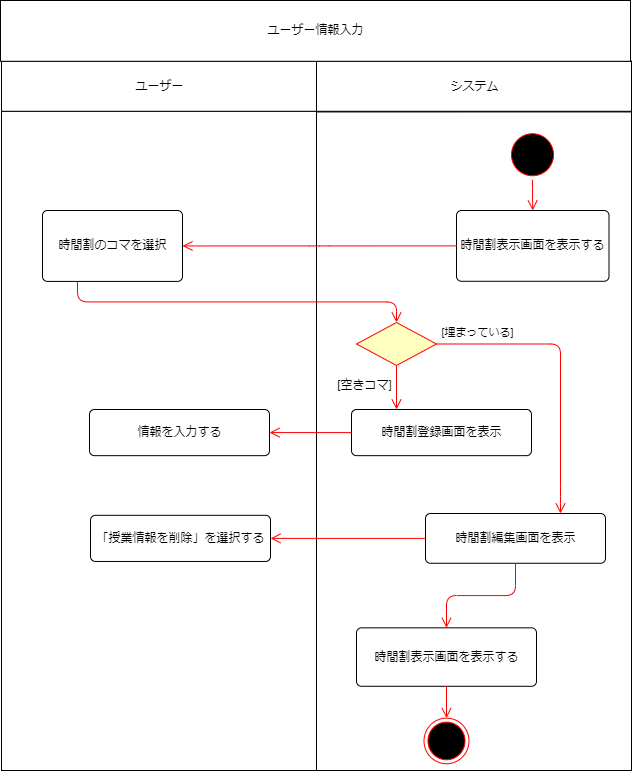
This is 振る舞い図/アクティビティ図/アクティビティ図＿時間割.drawio.png from masaki1234567/psp4, a draw.io export, as it was before one commit. Source tidied: cells renumbered, new cells last; positions are measured from the earlier drawing's top-left corner, leaving out a move shared by most shapes.
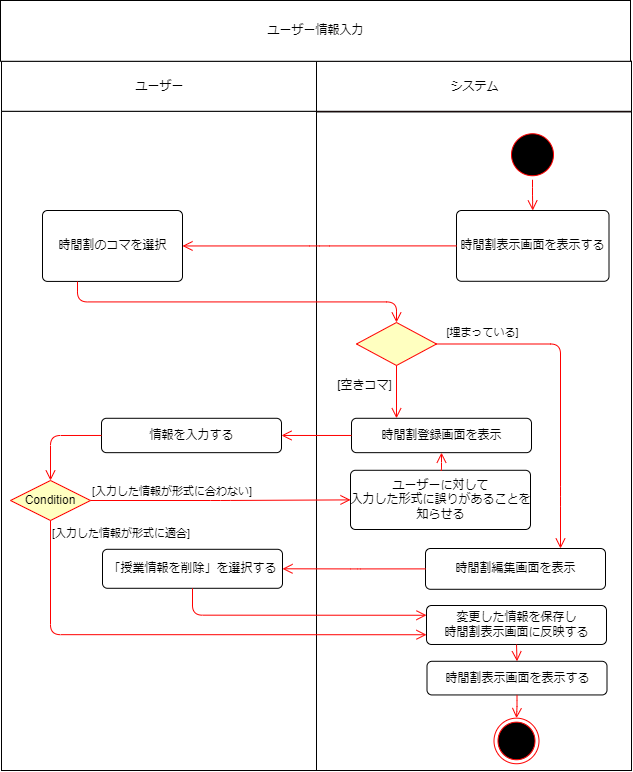
After the commit.

Commit message:
時間割アクティビティ図完成

What changed in the source:
```diff
@@ -9,7 +9,7 @@
       <mxGeometry x="1" y="60.8" width="630" height="709.2" as="geometry" />
     </mxCell>
     <mxCell id="4" style="group;" parent="3" vertex="1">
-      <mxGeometry width="315" height="709.2" as="geometry" />
+      <mxGeometry width="439" height="709.2" as="geometry" />
     </mxCell>
     <mxCell id="5" style="html=1;dashed=0;whitespace=wrap;" parent="4" vertex="1">
       <mxGeometry y="50" width="315" height="659.2" as="geometry" />
@@ -21,11 +21,17 @@
       <mxGeometry x="41" y="149.2" width="140" height="70.9" as="geometry" />
     </mxCell>
     <mxCell id="8" value="情報を入力する" style="html=1;align=center;verticalAlign=middle;rounded=1;absoluteArcSize=1;arcSize=10;dashed=0;" parent="4" vertex="1">
-      <mxGeometry x="88" y="348.2" width="180" height="46.2" as="geometry" />
+      <mxGeometry x="100" y="357" width="180" height="34.4" as="geometry" />
     </mxCell>
     <mxCell id="9" value="「授業情報を削除」を選択する" style="html=1;align=center;verticalAlign=middle;rounded=1;absoluteArcSize=1;arcSize=10;dashed=0;" parent="4" vertex="1">
-      <mxGeometry x="89" y="454" width="180" height="46.2" as="geometry" />
+      <mxGeometry x="101" y="488" width="180" height="39" as="geometry" />
     </mxCell>
+    <mxCell id="32" value="Condition" style="rhombus;whiteSpace=wrap;html=1;fillColor=#ffffc0;strokeColor=#ff0000;" parent="4" vertex="1">
+      <mxGeometry x="9" y="419.2" width="80" height="40" as="geometry" />
+    </mxCell>
+    <mxCell id="33" style="edgeStyle=orthogonalEdgeStyle;html=1;verticalAlign=bottom;endArrow=open;endSize=8;strokeColor=#ff0000;exitX=0;exitY=0.5;exitDx=0;exitDy=0;entryX=0.5;entryY=0;entryDx=0;entryDy=0;" parent="4" edge="1" source="8" target="32">
+      <mxGeometry relative="1" as="geometry" />
+    </mxCell>
     <mxCell id="10" style="group;fillColor=#FF3333;fontColor=#ffffff;strokeColor=#6F0000;" parent="3" vertex="1">
       <mxGeometry x="315" width="315" height="709.2" as="geometry" />
     </mxCell>
@@ -36,16 +42,13 @@
       <mxGeometry width="315" height="50" as="geometry" />
     </mxCell>
     <mxCell id="13" value="時間割編集画面を表示" style="html=1;align=center;verticalAlign=middle;rounded=1;absoluteArcSize=1;arcSize=10;dashed=0;" parent="10" vertex="1">
-      <mxGeometry x="109" y="452.2" width="180" height="49.8" as="geometry" />
+      <mxGeometry x="109" y="487.2" width="180" height="40.8" as="geometry" />
     </mxCell>
     <mxCell id="14" value="時間割表示画面を表示する" style="html=1;align=center;verticalAlign=middle;rounded=1;absoluteArcSize=1;arcSize=10;dashed=0;" parent="10" vertex="1">
-      <mxGeometry x="40" y="566.5" width="180" height="58.5" as="geometry" />
+      <mxGeometry x="110.5" y="600" width="180" height="33.7" as="geometry" />
     </mxCell>
-    <mxCell id="15" style="edgeStyle=orthogonalEdgeStyle;html=1;verticalAlign=bottom;endArrow=open;endSize=8;strokeColor=#ff0000;exitX=0.5;exitY=1;exitDx=0;exitDy=0;entryX=0.5;entryY=0;entryDx=0;entryDy=0;" parent="10" edge="1" source="13" target="14">
-      <mxGeometry relative="1" as="geometry" />
-    </mxCell>
     <mxCell id="16" style="ellipse;html=1;shape=endState;fillColor=#000000;strokeColor=#ff0000;" parent="10" vertex="1">
-      <mxGeometry x="107.5" y="656.9" width="45" height="45.6" as="geometry" />
+      <mxGeometry x="177.5" y="656.9" width="45" height="45.6" as="geometry" />
     </mxCell>
     <mxCell id="17" style="edgeStyle=orthogonalEdgeStyle;html=1;verticalAlign=bottom;endArrow=open;endSize=8;strokeColor=#ff0000;exitX=0.5;exitY=1;exitDx=0;exitDy=0;entryX=0.5;entryY=0;entryDx=0;entryDy=0;" parent="10" edge="1" source="14" target="16">
       <mxGeometry relative="1" as="geometry" />
@@ -80,6 +83,15 @@
         <mxPoint y="-12" as="offset" />
       </mxGeometry>
     </mxCell>
+    <mxCell id="34" value="ユーザーに対して&lt;br&gt;入力した形式に誤りがあることを&lt;br&gt;知らせる" style="html=1;align=center;verticalAlign=middle;rounded=1;absoluteArcSize=1;arcSize=10;dashed=0;" parent="10" vertex="1">
+      <mxGeometry x="34" y="409" width="180" height="59.2" as="geometry" />
+    </mxCell>
+    <mxCell id="35" value="変更した情報を保存し&lt;br&gt;時間割表示画面に反映する" style="html=1;align=center;verticalAlign=middle;rounded=1;absoluteArcSize=1;arcSize=10;dashed=0;" parent="10" vertex="1">
+      <mxGeometry x="110" y="544.2" width="180" height="39" as="geometry" />
+    </mxCell>
+    <mxCell id="36" style="edgeStyle=orthogonalEdgeStyle;html=1;verticalAlign=bottom;endArrow=open;endSize=8;strokeColor=#ff0000;exitX=0.5;exitY=1;exitDx=0;exitDy=0;entryX=0.5;entryY=0;entryDx=0;entryDy=0;" parent="10" edge="1" source="35" target="14">
+      <mxGeometry relative="1" as="geometry" />
+    </mxCell>
     <mxCell id="25" style="edgeStyle=orthogonalEdgeStyle;html=1;verticalAlign=bottom;endArrow=open;endSize=8;strokeColor=#ff0000;exitX=0;exitY=0.5;exitDx=0;exitDy=0;entryX=1;entryY=0.5;entryDx=0;entryDy=0;" parent="3" edge="1" source="19" target="7">
       <mxGeometry relative="1" as="geometry" />
     </mxCell>
@@ -90,7 +102,7 @@
       <mxGeometry x="-1" relative="1" as="geometry" />
     </mxCell>
     <mxCell id="28" value="時間割登録画面を表示" style="html=1;align=center;verticalAlign=middle;rounded=1;absoluteArcSize=1;arcSize=10;dashed=0;" parent="3" vertex="1">
-      <mxGeometry x="350" y="348.2" width="180" height="46.2" as="geometry" />
+      <mxGeometry x="350" y="357" width="180" height="34.4" as="geometry" />
     </mxCell>
     <mxCell id="29" value="[空きコマ]" style="text;html=1;align=center;verticalAlign=middle;strokeColor=none;fillColor=none;" parent="3" vertex="1">
       <mxGeometry x="323" y="309.2" width="80" height="30" as="geometry" />
@@ -98,6 +110,22 @@
     <mxCell id="30" style="edgeStyle=orthogonalEdgeStyle;html=1;verticalAlign=bottom;endArrow=open;endSize=8;strokeColor=#ff0000;exitX=0;exitY=0.5;exitDx=0;exitDy=0;entryX=1;entryY=0.5;entryDx=0;entryDy=0;" parent="3" edge="1" source="28" target="8">
       <mxGeometry relative="1" as="geometry" />
     </mxCell>
+    <mxCell id="37" value="[入力した情報が形式に合わない]" style="edgeStyle=orthogonalEdgeStyle;html=1;align=left;verticalAlign=bottom;endArrow=open;endSize=8;strokeColor=#ff0000;entryX=0;entryY=0.5;entryDx=0;entryDy=0;" parent="3" edge="1" source="32" target="34">
+      <mxGeometry x="-1" relative="1" as="geometry" />
+    </mxCell>
+    <mxCell id="38" style="edgeStyle=orthogonalEdgeStyle;html=1;align=left;verticalAlign=top;endArrow=open;endSize=8;strokeColor=#ff0000;entryX=0;entryY=0.25;entryDx=0;entryDy=0;exitX=0.5;exitY=1;exitDx=0;exitDy=0;" parent="3" edge="1" source="9" target="35">
+      <mxGeometry x="-1" relative="1" as="geometry" />
+    </mxCell>
+    <mxCell id="39" style="edgeStyle=orthogonalEdgeStyle;html=1;verticalAlign=bottom;endArrow=open;endSize=8;strokeColor=#ff0000;exitX=0.5;exitY=0;exitDx=0;exitDy=0;entryX=0.5;entryY=1;entryDx=0;entryDy=0;" parent="3" edge="1" source="34" target="28">
+      <mxGeometry relative="1" as="geometry" />
+    </mxCell>
+    <mxCell id="40" value="[入力した情報が形式に適合]" style="edgeStyle=orthogonalEdgeStyle;html=1;align=left;verticalAlign=top;endArrow=open;endSize=8;strokeColor=#ff0000;entryX=0;entryY=0.75;entryDx=0;entryDy=0;" parent="3" edge="1" source="32" target="35">
+      <mxGeometry x="-1" relative="1" as="geometry">
+        <Array as="points">
+          <mxPoint x="49" y="573" />
+        </Array>
+      </mxGeometry>
+    </mxCell>
     <mxCell id="31" value="ユーザー情報入力" style="html=1;dashed=0;whitespace=wrap;" parent="2" vertex="1">
       <mxGeometry width="630" height="60.8" as="geometry" />
     </mxCell>
```
